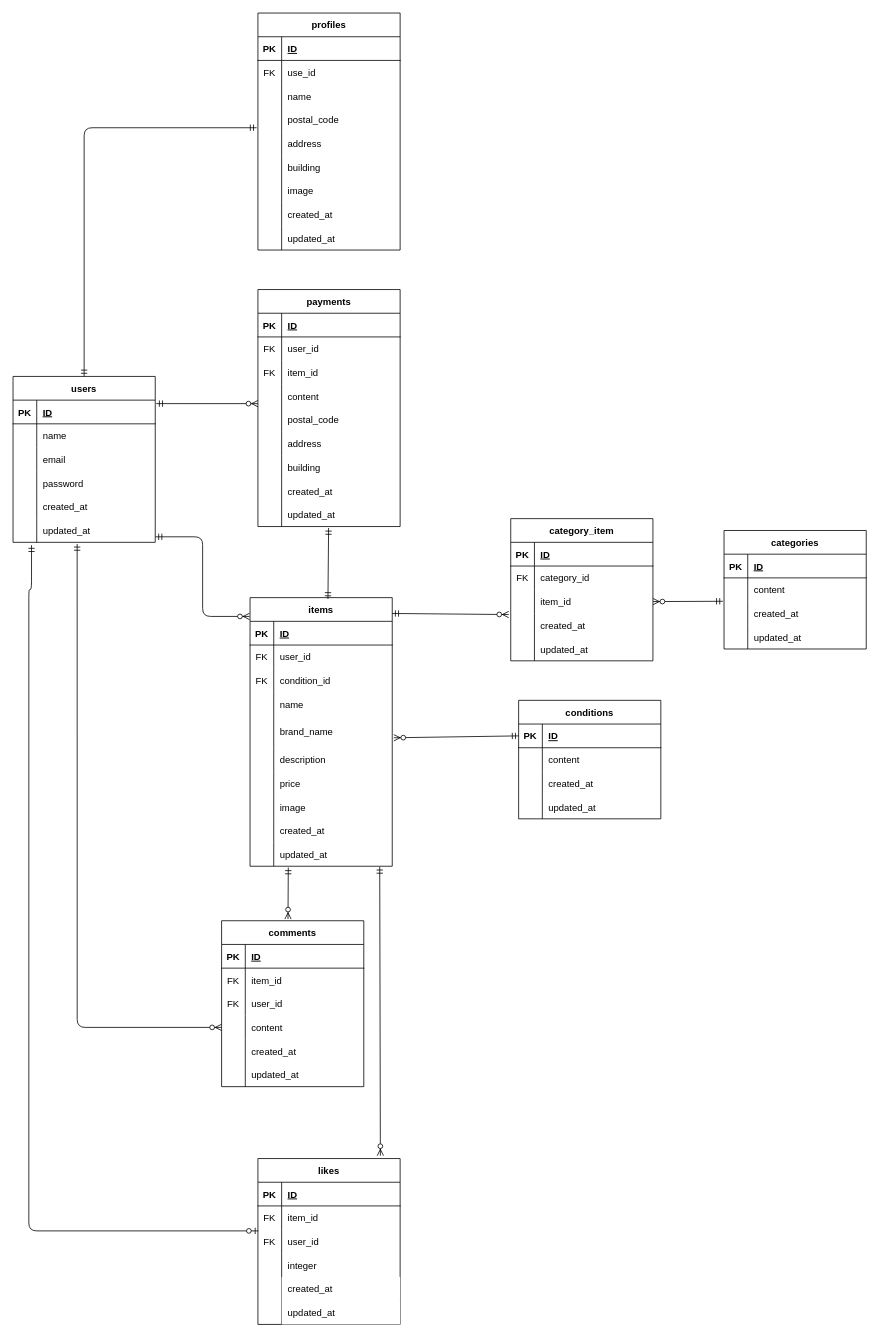
Earlier version of the draw.io diagram page "ページ1" (1 of 2) of ER.drawio (nishimiyu0313/fleamarket-app-old). Source tidied: cells renumbered, new cells numbered last; positions are measured from the earlier drawing's top-left corner, leaving out a move shared by most shapes. Both pictures are drawn from the tidied source at 79%, with x=0, y=0 at pixel (13, 13).
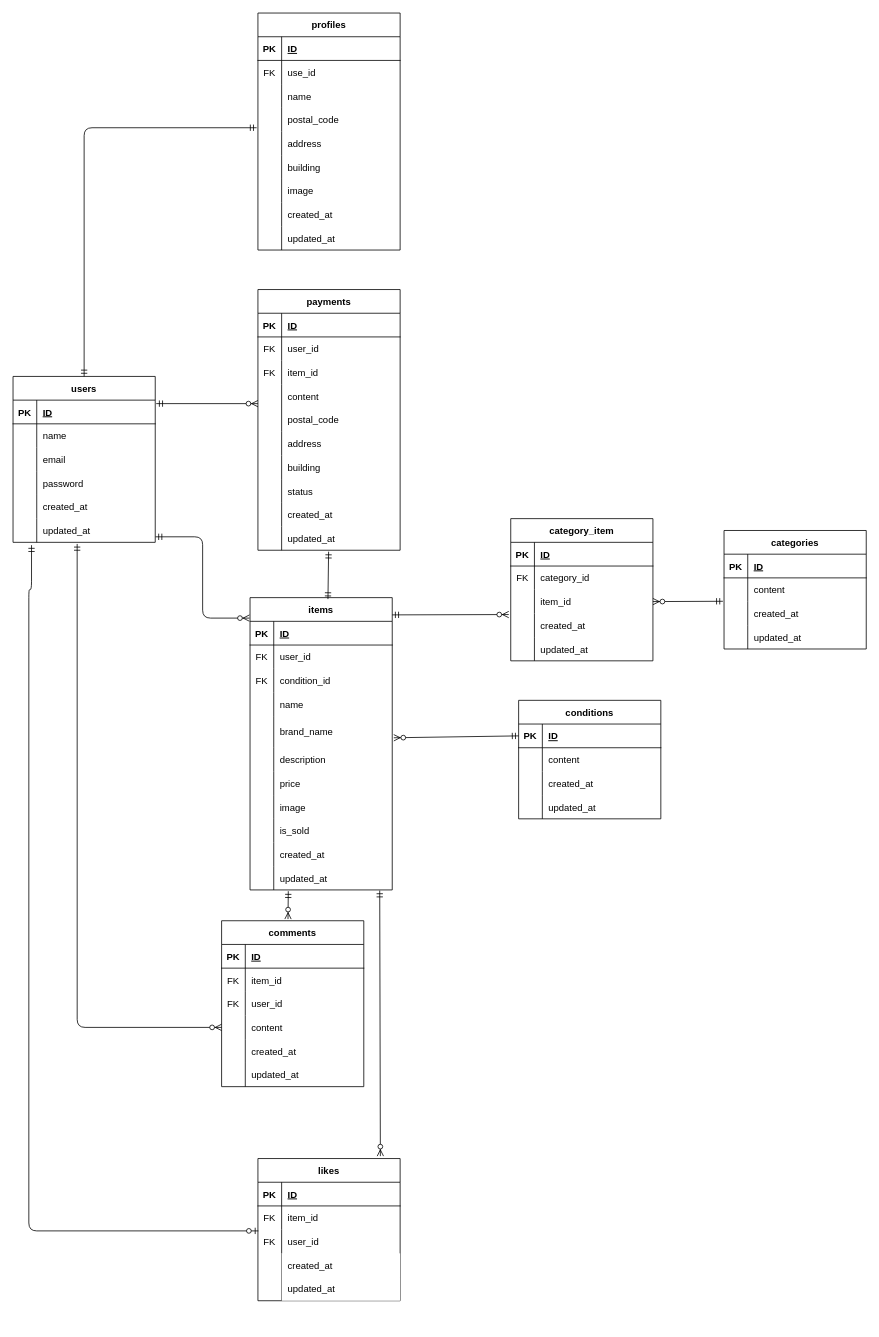
After the change.

What changed in the source:
```diff
@@
     <mxCell id="49" value="items" style="shape=table;startSize=30;childLayout=tableLayout;rowLines=0;fontStyle=1;align=center;" parent="1" vertex="1">
-      <mxGeometry x="300" y="740" width="180" height="340" as="geometry" />
+      <mxGeometry x="300" y="740" width="180" height="370" as="geometry" />
     </mxCell>
@@
+    <mxCell id="199" style="shape=tableRow;horizontal=0;startSize=0;swimlaneHead=0;swimlaneBody=0;fillColor=none;top=0;left=0;right=0;bottom=0;" parent="49" vertex="1">
+      <mxGeometry y="280" width="180" height="30" as="geometry" />
+    </mxCell>
+    <mxCell id="200" style="shape=partialRectangle;fillColor=none;top=0;left=0;bottom=0;right=0;overflow=hidden;" parent="199" vertex="1">
+      <mxGeometry width="30" height="30" as="geometry" />
+    </mxCell>
+    <mxCell id="201" value="is_sold" style="shape=partialRectangle;fillColor=none;top=0;left=0;bottom=0;right=0;align=left;spacingLeft=6;overflow=hidden;" parent="199" vertex="1">
+      <mxGeometry x="30" width="150" height="30" as="geometry" />
+    </mxCell>
     <mxCell id="74" style="shape=tableRow;horizontal=0;startSize=0;swimlaneHead=0;swimlaneBody=0;fillColor=none;top=0;left=0;right=0;bottom=0;" parent="49" vertex="1">
-      <mxGeometry y="280" width="180" height="30" as="geometry" />
+      <mxGeometry y="310" width="180" height="30" as="geometry" />
     </mxCell>
@@
     <mxCell id="77" style="shape=tableRow;horizontal=0;startSize=0;swimlaneHead=0;swimlaneBody=0;fillColor=none;points=[[0,0.5],[1,0.5]];portConstraint=eastwest;top=0;left=0;right=0;bottom=0;" parent="49" vertex="1">
-      <mxGeometry y="310" width="180" height="30" as="geometry" />
+      <mxGeometry y="340" width="180" height="30" as="geometry" />
     </mxCell>
@@
     <mxCell id="99" value="payments" style="shape=table;startSize=30;childLayout=tableLayout;rowLines=0;fontStyle=1;align=center;" parent="1" vertex="1">
-      <mxGeometry x="310" y="350" width="180" height="300" as="geometry" />
+      <mxGeometry x="310" y="350" width="180" height="330" as="geometry" />
     </mxCell>
@@
+    <mxCell id="202" style="shape=tableRow;horizontal=0;startSize=0;swimlaneHead=0;swimlaneBody=0;fillColor=none;top=0;left=0;right=0;bottom=0;" parent="99" vertex="1">
+      <mxGeometry y="240" width="180" height="30" as="geometry" />
+    </mxCell>
+    <mxCell id="203" style="shape=partialRectangle;fillColor=none;top=0;left=0;bottom=0;right=0;overflow=hidden;" parent="202" vertex="1">
+      <mxGeometry width="30" height="30" as="geometry" />
+    </mxCell>
+    <mxCell id="204" value="status" style="shape=partialRectangle;fillColor=none;top=0;left=0;bottom=0;right=0;align=left;spacingLeft=6;overflow=hidden;" parent="202" vertex="1">
+      <mxGeometry x="30" width="150" height="30" as="geometry" />
+    </mxCell>
     <mxCell id="121" style="shape=tableRow;horizontal=0;startSize=0;swimlaneHead=0;swimlaneBody=0;fillColor=none;top=0;left=0;right=0;bottom=0;" parent="99" vertex="1">
-      <mxGeometry y="240" width="180" height="30" as="geometry" />
+      <mxGeometry y="270" width="180" height="30" as="geometry" />
     </mxCell>
@@
     <mxCell id="124" style="shape=tableRow;horizontal=0;startSize=0;swimlaneHead=0;swimlaneBody=0;fillColor=none;points=[[0,0.5],[1,0.5]];portConstraint=eastwest;top=0;left=0;right=0;bottom=0;" parent="99" vertex="1">
-      <mxGeometry y="270" width="180" height="30" as="geometry" />
+      <mxGeometry y="300" width="180" height="30" as="geometry" />
     </mxCell>
@@
     <mxCell id="178" value="likes" style="shape=table;startSize=30;childLayout=tableLayout;rowLines=0;fontStyle=1;align=center;" parent="1" vertex="1">
-      <mxGeometry x="310" y="1450" width="180" height="210" as="geometry" />
+      <mxGeometry x="310" y="1450" width="180" height="180" as="geometry" />
     </mxCell>
@@
-    <mxCell id="188" style="shape=tableRow;horizontal=0;startSize=0;swimlaneHead=0;swimlaneBody=0;fillColor=none;top=0;left=0;right=0;bottom=0;" parent="178" vertex="1">
-      <mxGeometry y="120" width="180" height="30" as="geometry" />
-    </mxCell>
-    <mxCell id="189" style="shape=partialRectangle;fillColor=none;top=0;left=0;bottom=0;right=0;overflow=hidden;" parent="188" vertex="1">
-      <mxGeometry width="30" height="30" as="geometry" />
-    </mxCell>
-    <mxCell id="190" value="integer" style="shape=partialRectangle;fillColor=none;top=0;left=0;bottom=0;right=0;align=left;spacingLeft=6;overflow=hidden;" parent="188" vertex="1">
-      <mxGeometry x="30" width="150" height="30" as="geometry" />
-    </mxCell>
     <mxCell id="191" style="shape=tableRow;horizontal=0;startSize=0;swimlaneHead=0;swimlaneBody=0;fillColor=none;top=0;left=0;right=0;bottom=0;fontColor=none;" parent="178" vertex="1">
-      <mxGeometry y="150" width="180" height="30" as="geometry" />
+      <mxGeometry y="120" width="180" height="30" as="geometry" />
     </mxCell>
@@
     <mxCell id="194" style="shape=tableRow;horizontal=0;startSize=0;swimlaneHead=0;swimlaneBody=0;fillColor=none;top=0;left=0;right=0;bottom=0;fontColor=none;" parent="178" vertex="1">
-      <mxGeometry y="180" width="180" height="30" as="geometry" />
+      <mxGeometry y="150" width="180" height="30" as="geometry" />
     </mxCell>
```
